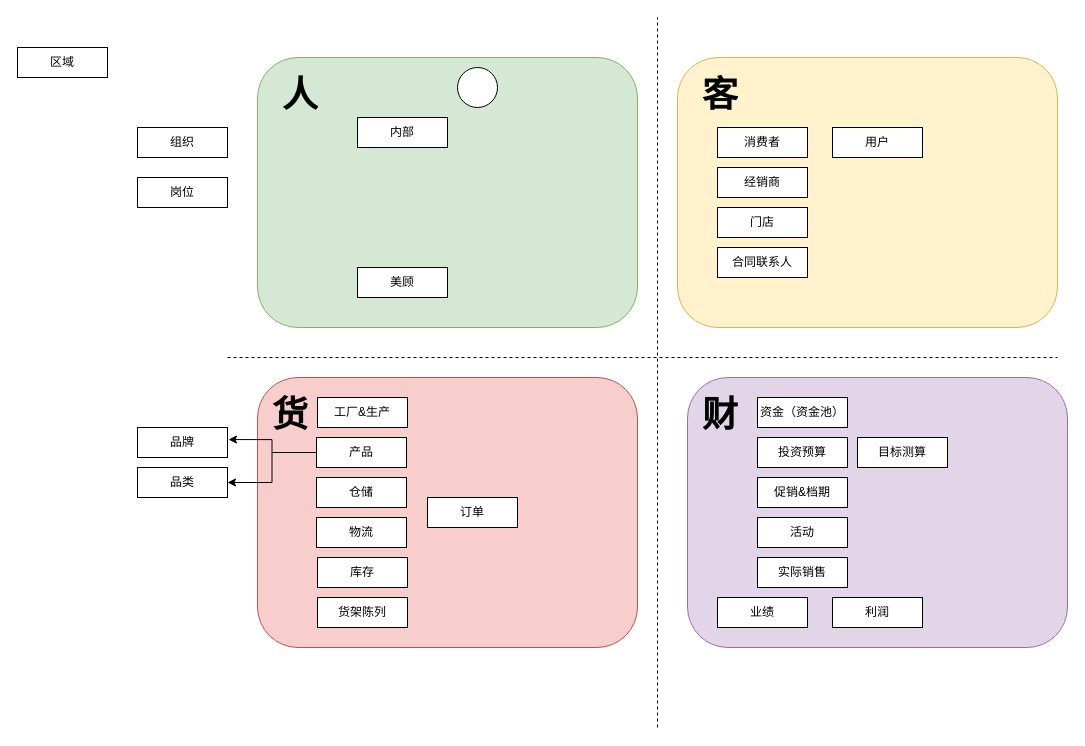
The draw.io diagram shinho/【240311】主数据整理.drawio in 18857545022/-, before the edit. Source tidied: cells renumbered, new cells numbered last; positions are measured from the earlier drawing's top-left corner, leaving out a move shared by most shapes. Both pictures are drawn from the tidied source at 100%, with x=0, y=0 at pixel (17, 17).
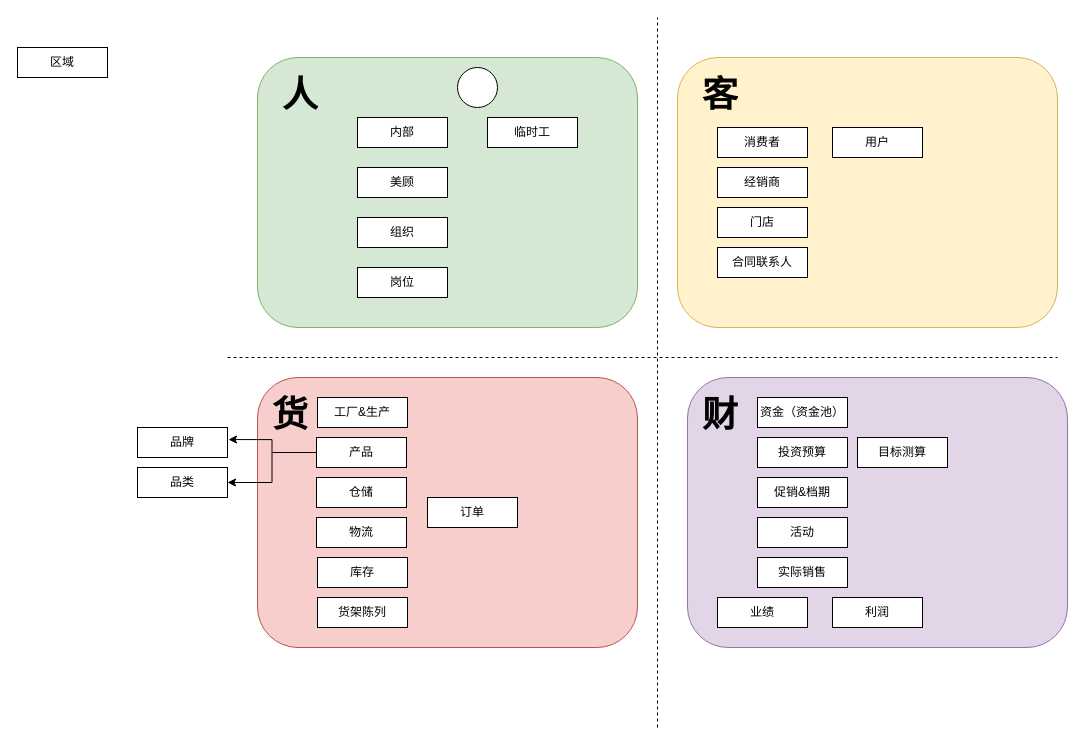
The same page after the edit.

Commit message:
更新【240311】主数据整理.drawio

Change to the diagram source:
```diff
@@
     <mxCell id="9" value="美顾" style="rounded=0;whiteSpace=wrap;html=1;" parent="1" vertex="1">
-      <mxGeometry x="340" y="250" width="90" height="30" as="geometry" />
+      <mxGeometry x="340" y="150" width="90" height="30" as="geometry" />
     </mxCell>
@@
     <mxCell id="17" value="组织" style="rounded=0;whiteSpace=wrap;html=1;" parent="1" vertex="1">
-      <mxGeometry x="120" y="110" width="90" height="30" as="geometry" />
+      <mxGeometry x="340" y="200" width="90" height="30" as="geometry" />
     </mxCell>
-    <mxCell id="18" value="岗位" style="rounded=0;whiteSpace=wrap;html=1;" parent="1" vertex="1">
-      <mxGeometry x="120" y="160" width="90" height="30" as="geometry" />
+    <mxCell id="18" value="临时工" style="rounded=0;whiteSpace=wrap;html=1;" parent="1" vertex="1">
+      <mxGeometry x="470" y="100" width="90" height="30" as="geometry" />
     </mxCell>
@@
+    <mxCell id="42" value="岗位" style="rounded=0;whiteSpace=wrap;html=1;" parent="1" vertex="1">
+      <mxGeometry x="340" y="250" width="90" height="30" as="geometry" />
+    </mxCell>
```
